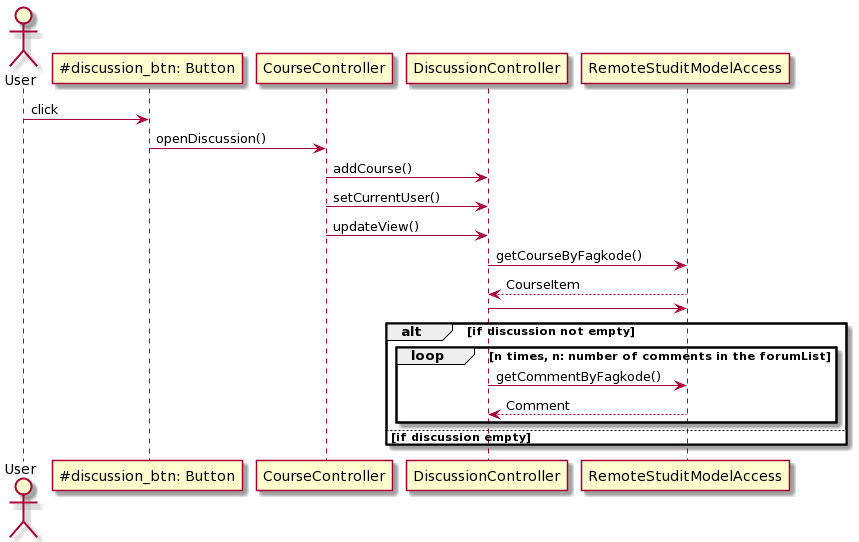
hakonbjork/StudIt keeps this PlantUML diagram as StudIt/fxui/seqdiagram.png. Above is the earlier version. The source it was exported from:
```plantuml
@startuml
actor User
User -> "~#discussion_btn: Button" as openDiscussion: click

openDiscussion -> CourseController: openDiscussion()

CourseController -> DiscussionController: addCourse()
CourseController -> DiscussionController: setCurrentUser()
CourseController -> DiscussionController: updateView()

DiscussionController -> RemoteStuditModelAccess: getCourseByFagkode()
RemoteStuditModelAccess --> DiscussionController: CourseItem

DiscussionController -> RemoteStuditModelAccess:


alt if discussion not empty

    loop n times, n: number of comments in the forumList
        DiscussionController -> RemoteStuditModelAccess: getCommentByFagkode()
        RemoteStuditModelAccess --> DiscussionController: Comment
    end

else if discussion empty
    end
@enduml
```
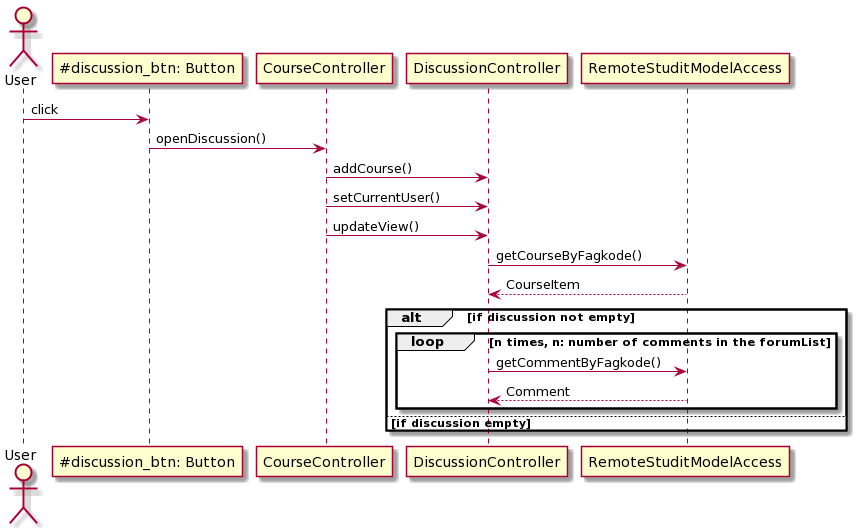
After the commit.

What changed in the source:
```diff
@@ -11,9 +11,6 @@
 DiscussionController -> RemoteStuditModelAccess: getCourseByFagkode()
 RemoteStuditModelAccess --> DiscussionController: CourseItem
 
-DiscussionController -> RemoteStuditModelAccess:
-
-
 alt if discussion not empty
 
     loop n times, n: number of comments in the forumList
```
